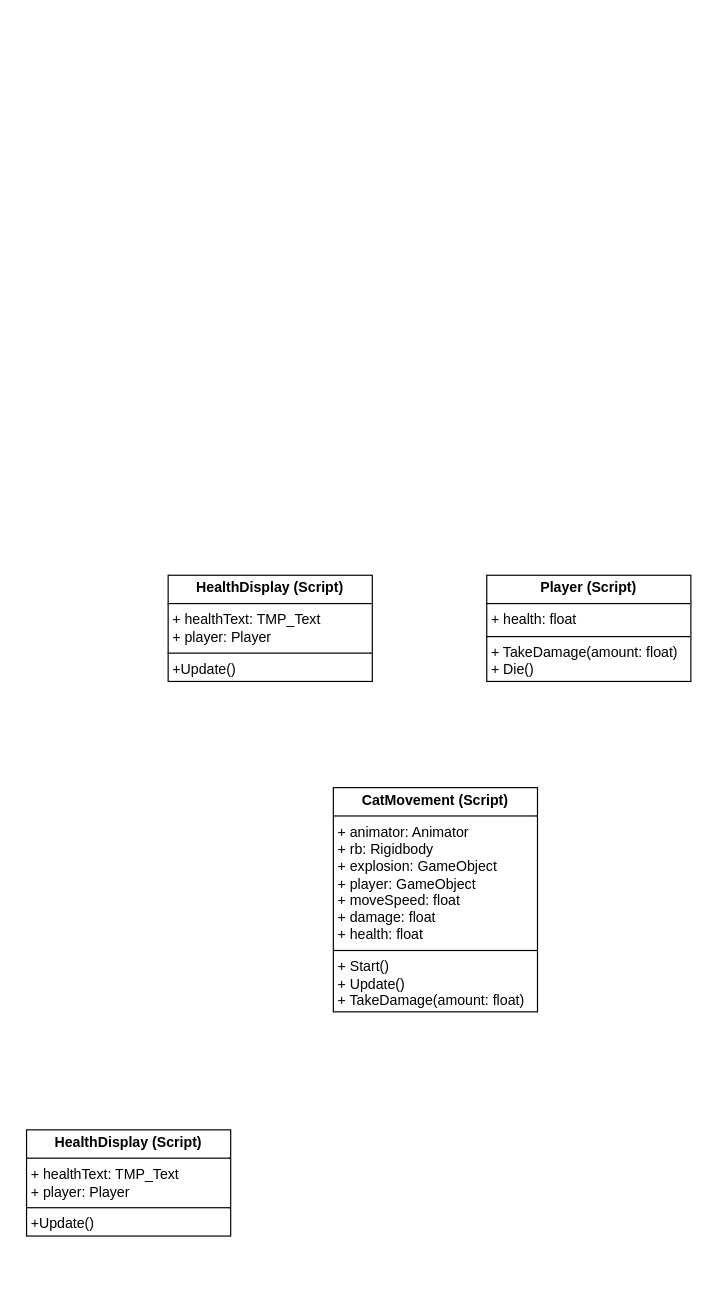
Before: Class Diagram.drawio in Colorata-07/at1, a draw.io diagram. Source tidied: cells renumbered, new cells numbered last; positions are measured from the earlier drawing's top-left corner, leaving out a move shared by most shapes. Both pictures are drawn from the tidied source at 118%, with x=0, y=0 at pixel (26, 575).
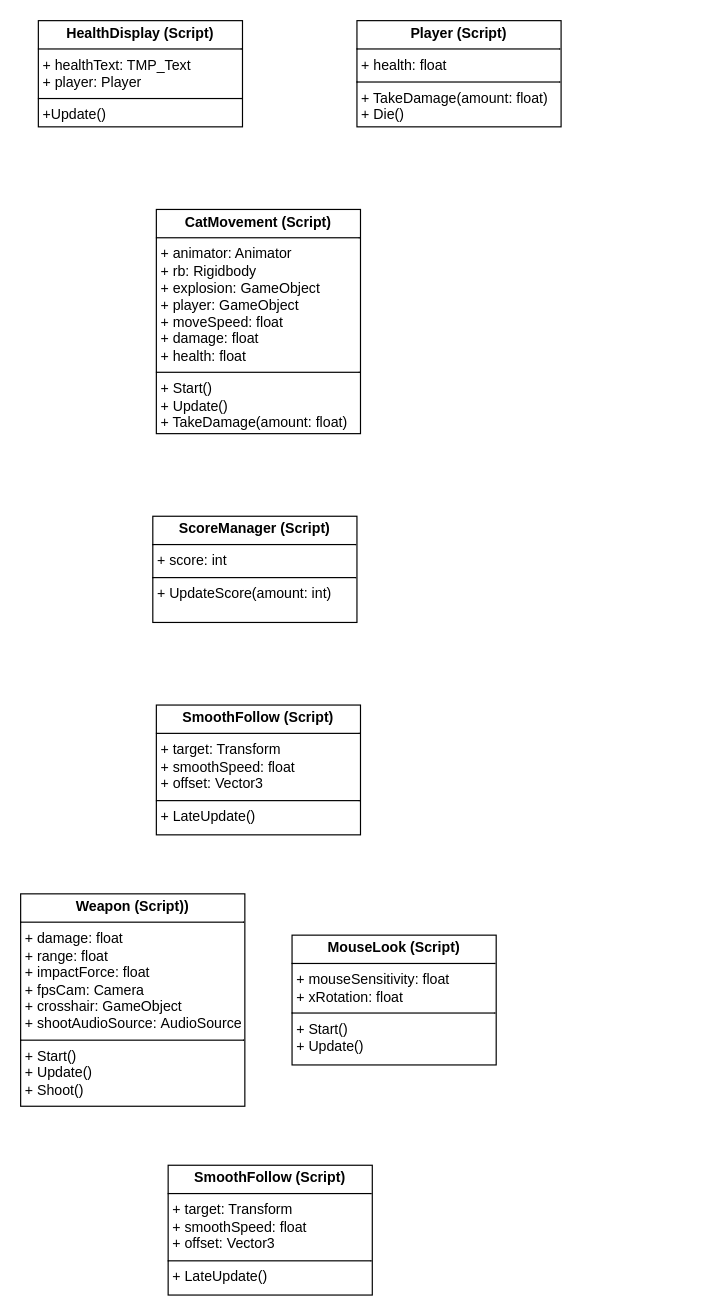
The same page after the edit.

The edit, as a diff of the source:
```diff
@@
 <mxGraphModel>
   <root>
     <mxCell id="0" />
     <mxCell id="1" parent="0" />
     <mxCell id="2" value="&lt;p style=&quot;margin:0px;margin-top:4px;text-align:center;&quot;&gt;&lt;b&gt;Player (Script)&lt;/b&gt;&lt;/p&gt;&lt;hr size=&quot;1&quot; style=&quot;border-style:solid;&quot;&gt;&lt;p style=&quot;margin:0px;margin-left:4px;&quot;&gt;+ health: float&lt;/p&gt;&lt;hr size=&quot;1&quot; style=&quot;border-style:solid;&quot;&gt;&lt;p style=&quot;margin:0px;margin-left:4px;&quot;&gt;+ TakeDamage(amount: float)&lt;/p&gt;&lt;p style=&quot;margin:0px;margin-left:4px;&quot;&gt;+ Die()&lt;/p&gt;&lt;p style=&quot;margin:0px;margin-left:4px;&quot;&gt;&lt;br&gt;&lt;/p&gt;" style="verticalAlign=top;align=left;overflow=fill;html=1;whiteSpace=wrap;" parent="1" vertex="1">
-      <mxGeometry x="390" width="173" height="90" as="geometry" />
+      <mxGeometry x="280" y="-470" width="173" height="90" as="geometry" />
     </mxCell>
     <mxCell id="3" value="&lt;p style=&quot;margin:0px;margin-top:4px;text-align:center;&quot;&gt;&lt;b&gt;HealthDisplay (Script)&lt;/b&gt;&lt;br&gt;&lt;/p&gt;&lt;hr size=&quot;1&quot; style=&quot;border-style:solid;&quot;&gt;&lt;p style=&quot;margin:0px;margin-left:4px;&quot;&gt;+&amp;nbsp;healthText: TMP_Text&lt;/p&gt;&lt;p style=&quot;margin:0px;margin-left:4px;&quot;&gt;+&amp;nbsp;player: Player&lt;/p&gt;&lt;hr size=&quot;1&quot; style=&quot;border-style:solid;&quot;&gt;&lt;p style=&quot;margin:0px;margin-left:4px;&quot;&gt;+&lt;span style=&quot;background-color: initial;&quot;&gt;Update()&lt;/span&gt;&lt;/p&gt;&lt;div&gt;&lt;span style=&quot;background-color: initial;&quot;&gt;&lt;br&gt;&lt;/span&gt;&lt;/div&gt;&lt;p style=&quot;margin:0px;margin-left:4px;&quot;&gt;&lt;br&gt;&lt;/p&gt;" style="verticalAlign=top;align=left;overflow=fill;html=1;whiteSpace=wrap;" parent="1" vertex="1">
-      <mxGeometry x="120" width="173" height="90" as="geometry" />
+      <mxGeometry x="10" y="-470" width="173" height="90" as="geometry" />
     </mxCell>
     <mxCell id="4" value="&lt;p style=&quot;margin:0px;margin-top:4px;text-align:center;&quot;&gt;&lt;span style=&quot;background-color: initial; text-align: left;&quot;&gt;&lt;b&gt;CatMovement (Script)&lt;/b&gt;&lt;/span&gt;&lt;/p&gt;&lt;hr size=&quot;1&quot; style=&quot;border-style:solid;&quot;&gt;&lt;p style=&quot;margin:0px;margin-left:4px;&quot;&gt;+&amp;nbsp;&lt;span style=&quot;background-color: initial;&quot;&gt;animator: Animator&lt;/span&gt;&lt;/p&gt;&lt;p style=&quot;margin:0px;margin-left:4px;&quot;&gt;+ rb: Rigidbody&lt;/p&gt;&lt;p style=&quot;margin:0px;margin-left:4px;&quot;&gt;+ explosion: GameObject&lt;/p&gt;&lt;p style=&quot;margin:0px;margin-left:4px;&quot;&gt;+ player: GameObject&lt;/p&gt;&lt;p style=&quot;margin:0px;margin-left:4px;&quot;&gt;+ moveSpeed: float&lt;/p&gt;&lt;p style=&quot;margin:0px;margin-left:4px;&quot;&gt;+ damage: float&lt;/p&gt;&lt;p style=&quot;margin:0px;margin-left:4px;&quot;&gt;+ health: float&lt;/p&gt;&lt;hr size=&quot;1&quot; style=&quot;border-style:solid;&quot;&gt;&lt;p style=&quot;margin:0px;margin-left:4px;&quot;&gt;+&amp;nbsp;&lt;span style=&quot;background-color: initial;&quot;&gt;Start()&lt;/span&gt;&lt;/p&gt;&lt;p style=&quot;margin:0px;margin-left:4px;&quot;&gt;+ Update()&lt;/p&gt;&lt;p style=&quot;margin:0px;margin-left:4px;&quot;&gt;+ TakeDamage(amount: float)&lt;/p&gt;" style="verticalAlign=top;align=left;overflow=fill;html=1;whiteSpace=wrap;" parent="1" vertex="1">
-      <mxGeometry x="260" y="180" width="173" height="190" as="geometry" />
+      <mxGeometry x="110" y="-310" width="173" height="190" as="geometry" />
     </mxCell>
-    <mxCell id="5" value="&lt;p style=&quot;margin:0px;margin-top:4px;text-align:center;&quot;&gt;&lt;b&gt;HealthDisplay (Script)&lt;/b&gt;&lt;br&gt;&lt;/p&gt;&lt;hr size=&quot;1&quot; style=&quot;border-style:solid;&quot;&gt;&lt;p style=&quot;margin:0px;margin-left:4px;&quot;&gt;+&amp;nbsp;healthText: TMP_Text&lt;/p&gt;&lt;p style=&quot;margin:0px;margin-left:4px;&quot;&gt;+&amp;nbsp;player: Player&lt;/p&gt;&lt;hr size=&quot;1&quot; style=&quot;border-style:solid;&quot;&gt;&lt;p style=&quot;margin:0px;margin-left:4px;&quot;&gt;+&lt;span style=&quot;background-color: initial;&quot;&gt;Update()&lt;/span&gt;&lt;/p&gt;&lt;div&gt;&lt;span style=&quot;background-color: initial;&quot;&gt;&lt;br&gt;&lt;/span&gt;&lt;/div&gt;&lt;p style=&quot;margin:0px;margin-left:4px;&quot;&gt;&lt;br&gt;&lt;/p&gt;" style="verticalAlign=top;align=left;overflow=fill;html=1;whiteSpace=wrap;" parent="1" vertex="1">
-      <mxGeometry y="470" width="173" height="90" as="geometry" />
+    <mxCell id="5" value="&lt;p style=&quot;text-align: center; margin: 4px 0px 0px;&quot;&gt;&lt;span style=&quot;background-color: initial; text-align: left;&quot;&gt;&lt;b&gt;ScoreManager (Script)&lt;/b&gt;&lt;/span&gt;&lt;br&gt;&lt;/p&gt;&lt;hr size=&quot;1&quot; style=&quot;border-style:solid;&quot;&gt;&lt;p style=&quot;margin:0px;margin-left:4px;&quot;&gt;+&amp;nbsp;score: int&lt;br&gt;&lt;/p&gt;&lt;hr size=&quot;1&quot; style=&quot;border-style:solid;&quot;&gt;&lt;p style=&quot;margin:0px;margin-left:4px;&quot;&gt;+&amp;nbsp;UpdateScore(amount: int)&lt;/p&gt;&lt;div&gt;&lt;span style=&quot;background-color: initial;&quot;&gt;&lt;br&gt;&lt;/span&gt;&lt;/div&gt;&lt;p style=&quot;margin:0px;margin-left:4px;&quot;&gt;&lt;br&gt;&lt;/p&gt;" style="verticalAlign=top;align=left;overflow=fill;html=1;whiteSpace=wrap;" parent="1" vertex="1">
+      <mxGeometry x="107" y="-50" width="173" height="90" as="geometry" />
     </mxCell>
+    <mxCell id="6" value="&lt;p style=&quot;text-align: center; margin: 4px 0px 0px;&quot;&gt;&lt;span style=&quot;background-color: initial; text-align: left;&quot;&gt;&lt;b&gt;SmoothFollow&lt;/b&gt;&lt;/span&gt;&lt;span style=&quot;background-color: initial; text-align: left;&quot;&gt;&lt;b&gt;&amp;nbsp;(Script)&lt;/b&gt;&lt;/span&gt;&lt;br&gt;&lt;/p&gt;&lt;hr size=&quot;1&quot; style=&quot;border-style:solid;&quot;&gt;&lt;p style=&quot;margin:0px;margin-left:4px;&quot;&gt;+&amp;nbsp;&lt;span style=&quot;background-color: initial;&quot;&gt;target: Transform&lt;/span&gt;&lt;br&gt;&lt;/p&gt;&lt;p style=&quot;margin:0px;margin-left:4px;&quot;&gt;+ smoothSpeed: float&lt;/p&gt;&lt;p style=&quot;margin:0px;margin-left:4px;&quot;&gt;+ offset: Vector3&lt;/p&gt;&lt;hr size=&quot;1&quot; style=&quot;border-style:solid;&quot;&gt;&lt;p style=&quot;margin:0px;margin-left:4px;&quot;&gt;+&amp;nbsp;LateUpdate()&lt;/p&gt;&lt;div&gt;&lt;span style=&quot;background-color: initial;&quot;&gt;&lt;br&gt;&lt;/span&gt;&lt;/div&gt;&lt;p style=&quot;margin:0px;margin-left:4px;&quot;&gt;&lt;br&gt;&lt;/p&gt;" style="verticalAlign=top;align=left;overflow=fill;html=1;whiteSpace=wrap;" parent="1" vertex="1">
+      <mxGeometry x="110" y="110" width="173" height="110" as="geometry" />
+    </mxCell>
+    <mxCell id="7" value="&lt;p style=&quot;text-align: center; margin: 4px 0px 0px;&quot;&gt;&lt;span style=&quot;background-color: initial; text-align: left;&quot;&gt;&lt;b&gt;Weapon (Script)&lt;/b&gt;&lt;/span&gt;&lt;span style=&quot;background-color: initial; text-align: left;&quot;&gt;&lt;b&gt;)&lt;/b&gt;&lt;/span&gt;&lt;br&gt;&lt;/p&gt;&lt;hr size=&quot;1&quot; style=&quot;border-style:solid;&quot;&gt;&lt;p style=&quot;margin:0px;margin-left:4px;&quot;&gt;+&amp;nbsp;&lt;span style=&quot;background-color: initial;&quot;&gt;damage: float&lt;/span&gt;&lt;br&gt;&lt;/p&gt;&lt;p style=&quot;margin:0px;margin-left:4px;&quot;&gt;+ range: float&lt;/p&gt;&lt;p style=&quot;margin:0px;margin-left:4px;&quot;&gt;+ impactForce: float&lt;/p&gt;&lt;p style=&quot;margin:0px;margin-left:4px;&quot;&gt;+ fpsCam: Camera&lt;/p&gt;&lt;p style=&quot;margin:0px;margin-left:4px;&quot;&gt;+ crosshair: GameObject&lt;/p&gt;&lt;p style=&quot;margin:0px;margin-left:4px;&quot;&gt;+ shootAudioSource:&lt;span style=&quot;background-color: initial;&quot;&gt;&amp;nbsp;AudioSource&lt;/span&gt;&lt;/p&gt;&lt;hr size=&quot;1&quot; style=&quot;border-style:solid;&quot;&gt;&lt;p style=&quot;margin:0px;margin-left:4px;&quot;&gt;+&amp;nbsp;&lt;span style=&quot;background-color: initial;&quot;&gt;Start()&lt;/span&gt;&lt;/p&gt;&lt;p style=&quot;margin:0px;margin-left:4px;&quot;&gt;+ Update()&lt;/p&gt;&lt;p style=&quot;margin:0px;margin-left:4px;&quot;&gt;+ Shoot()&lt;/p&gt;&lt;div&gt;&lt;span style=&quot;background-color: initial;&quot;&gt;&lt;br&gt;&lt;/span&gt;&lt;/div&gt;&lt;p style=&quot;margin:0px;margin-left:4px;&quot;&gt;&lt;br&gt;&lt;/p&gt;" style="verticalAlign=top;align=left;overflow=fill;html=1;whiteSpace=wrap;" parent="1" vertex="1">
+      <mxGeometry x="-5" y="270" width="190" height="180" as="geometry" />
+    </mxCell>
+    <mxCell id="8" value="&lt;p style=&quot;margin: 4px 0px 0px; text-align: center;&quot;&gt;&lt;b&gt;MouseLook (Script)&lt;/b&gt;&lt;br&gt;&lt;/p&gt;&lt;hr size=&quot;1&quot; style=&quot;border-style:solid;&quot;&gt;&lt;p style=&quot;margin:0px;margin-left:4px;&quot;&gt;+&amp;nbsp;&lt;span style=&quot;background-color: initial;&quot;&gt;mouseSensitivity: float&lt;/span&gt;&lt;br&gt;&lt;/p&gt;&lt;p style=&quot;margin:0px;margin-left:4px;&quot;&gt;+ xRotation: float&lt;/p&gt;&lt;hr size=&quot;1&quot; style=&quot;border-style:solid;&quot;&gt;&lt;p style=&quot;margin:0px;margin-left:4px;&quot;&gt;+&amp;nbsp;&lt;span style=&quot;background-color: initial;&quot;&gt;Start()&lt;/span&gt;&lt;/p&gt;&lt;p style=&quot;margin:0px;margin-left:4px;&quot;&gt;+ Update()&lt;/p&gt;&lt;div&gt;&lt;span style=&quot;background-color: initial;&quot;&gt;&lt;br&gt;&lt;/span&gt;&lt;/div&gt;&lt;p style=&quot;margin:0px;margin-left:4px;&quot;&gt;&lt;br&gt;&lt;/p&gt;" style="verticalAlign=top;align=left;overflow=fill;html=1;whiteSpace=wrap;" parent="1" vertex="1">
+      <mxGeometry x="225" y="305" width="173" height="110" as="geometry" />
+    </mxCell>
+    <mxCell id="9" value="&lt;p style=&quot;text-align: center; margin: 4px 0px 0px;&quot;&gt;&lt;span style=&quot;background-color: initial; text-align: left;&quot;&gt;&lt;b&gt;SmoothFollow&lt;/b&gt;&lt;/span&gt;&lt;span style=&quot;background-color: initial; text-align: left;&quot;&gt;&lt;b&gt;&amp;nbsp;(Script)&lt;/b&gt;&lt;/span&gt;&lt;br&gt;&lt;/p&gt;&lt;hr size=&quot;1&quot; style=&quot;border-style:solid;&quot;&gt;&lt;p style=&quot;margin:0px;margin-left:4px;&quot;&gt;+&amp;nbsp;&lt;span style=&quot;background-color: initial;&quot;&gt;target: Transform&lt;/span&gt;&lt;br&gt;&lt;/p&gt;&lt;p style=&quot;margin:0px;margin-left:4px;&quot;&gt;+ smoothSpeed: float&lt;/p&gt;&lt;p style=&quot;margin:0px;margin-left:4px;&quot;&gt;+ offset: Vector3&lt;/p&gt;&lt;hr size=&quot;1&quot; style=&quot;border-style:solid;&quot;&gt;&lt;p style=&quot;margin:0px;margin-left:4px;&quot;&gt;+&amp;nbsp;LateUpdate()&lt;/p&gt;&lt;div&gt;&lt;span style=&quot;background-color: initial;&quot;&gt;&lt;br&gt;&lt;/span&gt;&lt;/div&gt;&lt;p style=&quot;margin:0px;margin-left:4px;&quot;&gt;&lt;br&gt;&lt;/p&gt;" style="verticalAlign=top;align=left;overflow=fill;html=1;whiteSpace=wrap;" parent="1" vertex="1">
+      <mxGeometry x="120" y="500" width="173" height="110" as="geometry" />
+    </mxCell>
   </root>
 </mxGraphModel>
```
